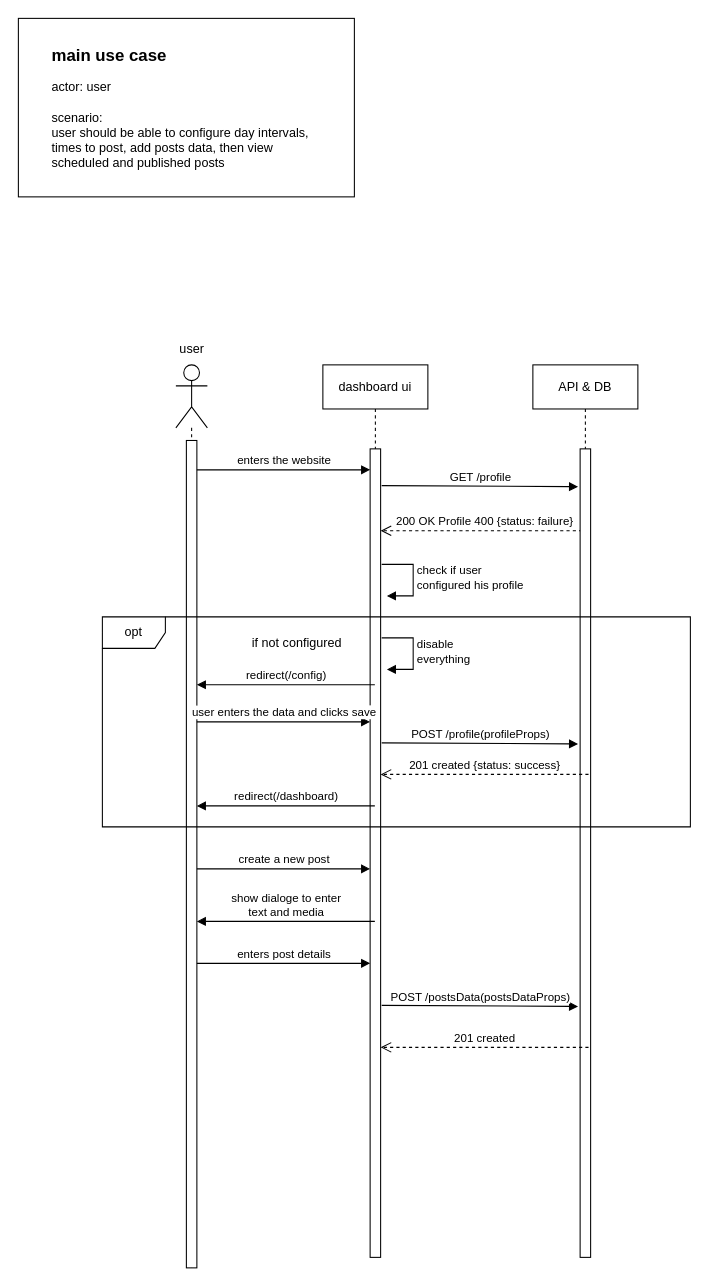
The draw.io diagram page "main" (2 of 2) of auto-post.drawio in ahmed-elbehairy7/pamylka-system-design, before the edit. Source tidied: cells renumbered, new cells numbered last; positions are measured from the earlier drawing's top-left corner, leaving out a move shared by most shapes. Both pictures are drawn from the tidied source at 105%, with x=0, y=0 at pixel (18, 18).
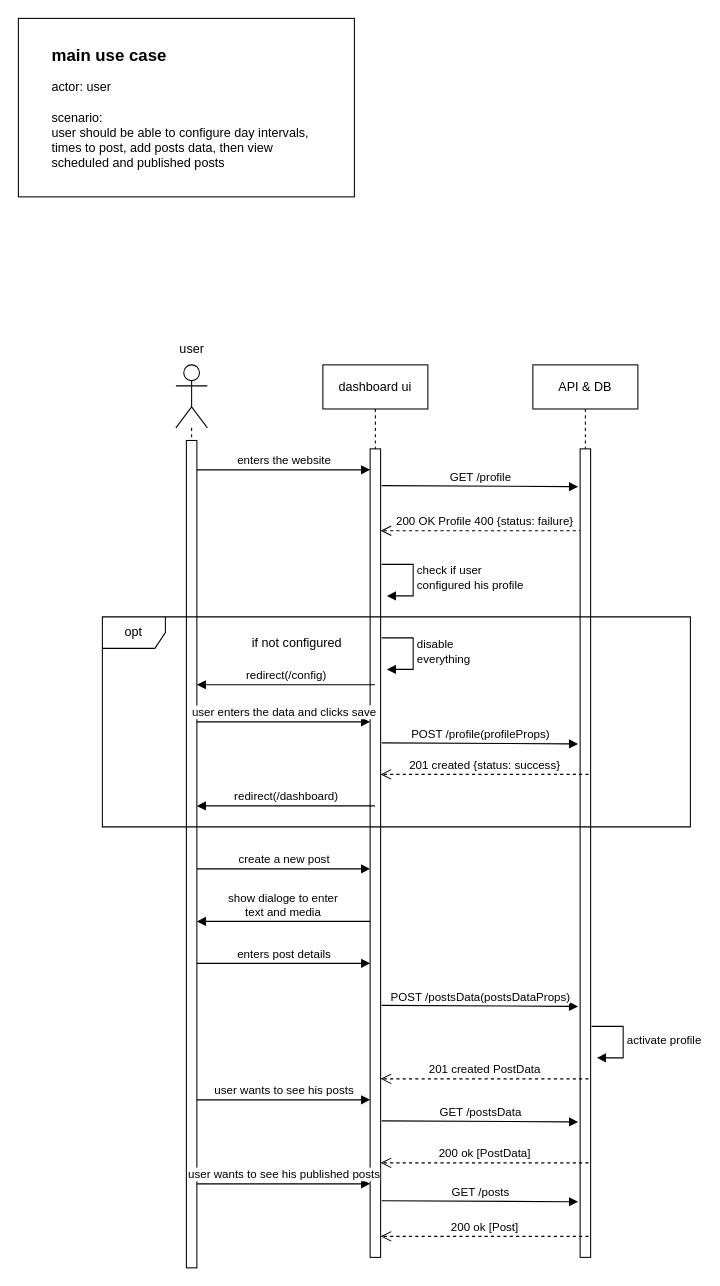
The same diagram, later.

The edit, as a diff of the source:
```diff
@@
     <mxCell id="13" value="show dialoge to enter&lt;div&gt;text and media&lt;/div&gt;" style="html=1;verticalAlign=bottom;endArrow=block;curved=0;rounded=0;" parent="1" edge="1">
       <mxGeometry relative="1" as="geometry">
-        <mxPoint x="339.5" y="860" as="sourcePoint" />
+        <mxPoint x="335" y="860" as="sourcePoint" />
         <mxPoint x="170" y="860" as="targetPoint" />
       </mxGeometry>
     </mxCell>
@@
-    <mxCell id="28" value="201 created" style="html=1;verticalAlign=bottom;endArrow=open;dashed=1;endSize=8;curved=0;rounded=0;" parent="1" edge="1">
+    <mxCell id="28" value="201 created PostData" style="html=1;verticalAlign=bottom;endArrow=open;dashed=1;endSize=8;curved=0;rounded=0;" parent="1" edge="1">
       <mxGeometry relative="1" as="geometry">
-        <mxPoint x="543" y="980" as="sourcePoint" />
-        <mxPoint x="345" y="980" as="targetPoint" />
+        <mxPoint x="543" y="1010" as="sourcePoint" />
+        <mxPoint x="345" y="1010" as="targetPoint" />
       </mxGeometry>
     </mxCell>
+    <mxCell id="29" value="activate profile" style="html=1;align=left;spacingLeft=2;endArrow=block;rounded=0;edgeStyle=orthogonalEdgeStyle;curved=0;rounded=0;" parent="1" edge="1">
+      <mxGeometry relative="1" as="geometry">
+        <mxPoint x="546" y="960" as="sourcePoint" />
+        <mxPoint x="551" y="990" as="targetPoint" />
+        <Array as="points">
+          <mxPoint x="576" y="990" />
+        </Array>
+      </mxGeometry>
+    </mxCell>
+    <mxCell id="30" value="GET /postsData" style="html=1;verticalAlign=bottom;endArrow=block;curved=0;rounded=0;" parent="1" edge="1">
+      <mxGeometry relative="1" as="geometry">
+        <mxPoint x="346" y="1050" as="sourcePoint" />
+        <mxPoint x="533" y="1051" as="targetPoint" />
+      </mxGeometry>
+    </mxCell>
+    <mxCell id="31" value="200 ok [PostData]" style="html=1;verticalAlign=bottom;endArrow=open;dashed=1;endSize=8;curved=0;rounded=0;" parent="1" edge="1">
+      <mxGeometry relative="1" as="geometry">
+        <mxPoint x="543" y="1090" as="sourcePoint" />
+        <mxPoint x="345" y="1090" as="targetPoint" />
+      </mxGeometry>
+    </mxCell>
+    <mxCell id="32" value="GET /posts" style="html=1;verticalAlign=bottom;endArrow=block;curved=0;rounded=0;" parent="1" edge="1">
+      <mxGeometry relative="1" as="geometry">
+        <mxPoint x="346" y="1126" as="sourcePoint" />
+        <mxPoint x="533" y="1127" as="targetPoint" />
+      </mxGeometry>
+    </mxCell>
+    <mxCell id="33" value="200 ok [Post]" style="html=1;verticalAlign=bottom;endArrow=open;dashed=1;endSize=8;curved=0;rounded=0;" parent="1" edge="1">
+      <mxGeometry relative="1" as="geometry">
+        <mxPoint x="543" y="1160" as="sourcePoint" />
+        <mxPoint x="345" y="1160" as="targetPoint" />
+      </mxGeometry>
+    </mxCell>
+    <mxCell id="34" value="user wants to see his posts" style="html=1;verticalAlign=bottom;endArrow=block;curved=0;rounded=0;" parent="1" edge="1">
+      <mxGeometry relative="1" as="geometry">
+        <mxPoint x="170" y="1030" as="sourcePoint" />
+        <mxPoint x="335" y="1030" as="targetPoint" />
+      </mxGeometry>
+    </mxCell>
+    <mxCell id="35" value="user wants to see his published posts" style="html=1;verticalAlign=bottom;endArrow=block;curved=0;rounded=0;" parent="1" edge="1">
+      <mxGeometry relative="1" as="geometry">
+        <mxPoint x="170" y="1110" as="sourcePoint" />
+        <mxPoint x="335" y="1110" as="targetPoint" />
+      </mxGeometry>
+    </mxCell>
```
